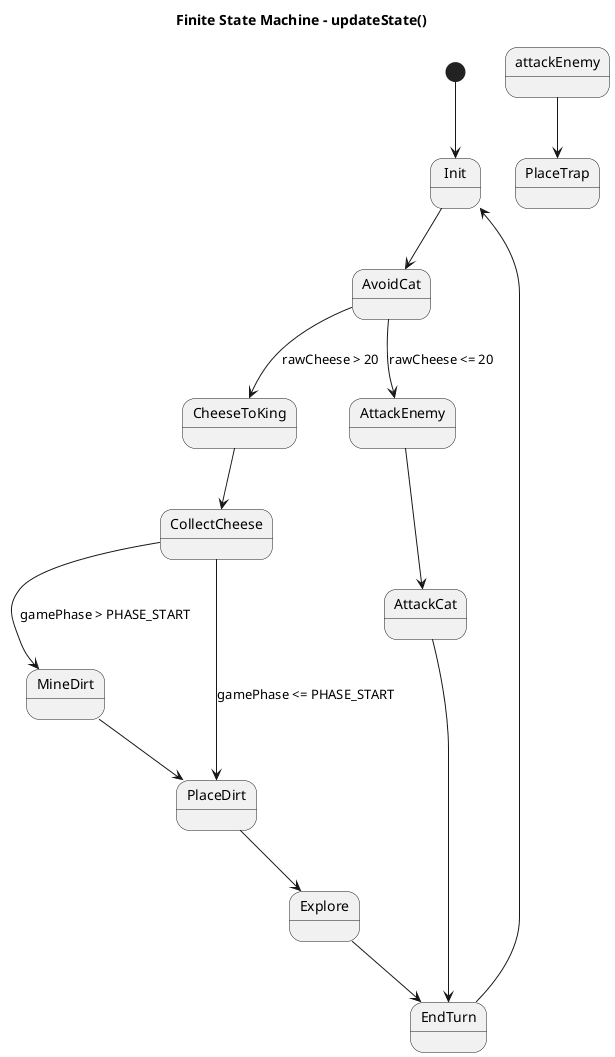
The PlantUML diagram src/current/finitStateMachine.png in Louis-max-H/bc26, before a commit.
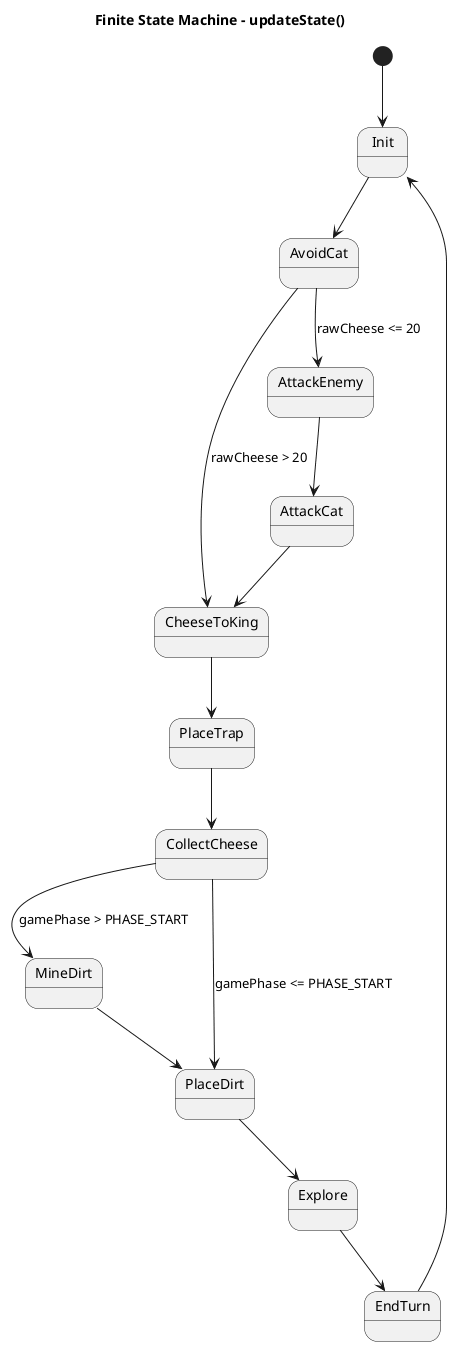
The same diagram one commit later.

Commit message:
Fix uml + state

What changed in the source:
```diff
@@ -9,17 +9,18 @@
 AvoidCat --> AttackEnemy : rawCheese <= 20
 
 AttackEnemy --> AttackCat
-attackEnemy --> PlaceTrap
+AttackCat --> CheeseToKing
 
-CheeseToKing --> CollectCheese
+CheeseToKing --> PlaceTrap
+PlaceTrap --> CollectCheese
 
 CollectCheese --> MineDirt : gamePhase > PHASE_START
 CollectCheese --> PlaceDirt : gamePhase <= PHASE_START
 
 MineDirt --> PlaceDirt
 PlaceDirt --> Explore
+
 Explore --> EndTurn
 EndTurn --> Init
-AttackCat --> EndTurn
 
 @enduml
```
